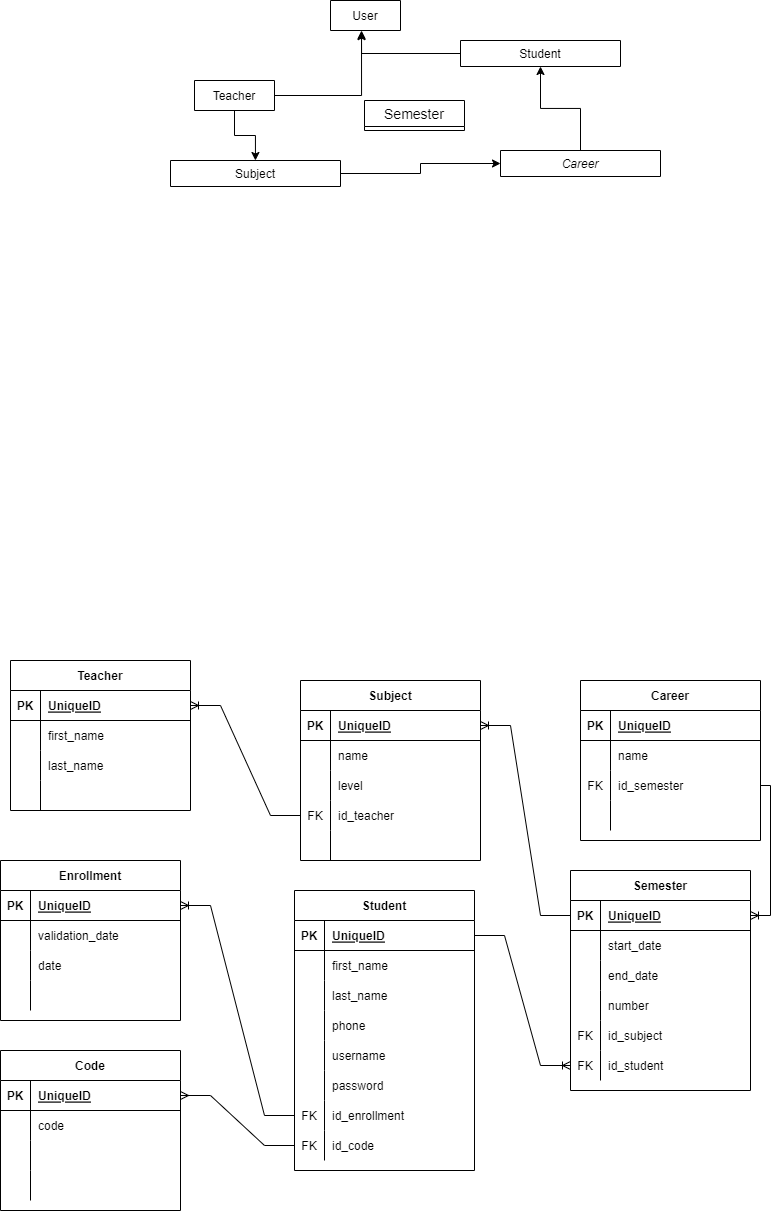
Earlier version of the draw.io export University Diagram.drawio.png (GuilleAlvarado/draw). Source tidied: cells renumbered, new cells last; positions are measured from the earlier drawing's top-left corner, leaving out a move shared by most shapes.
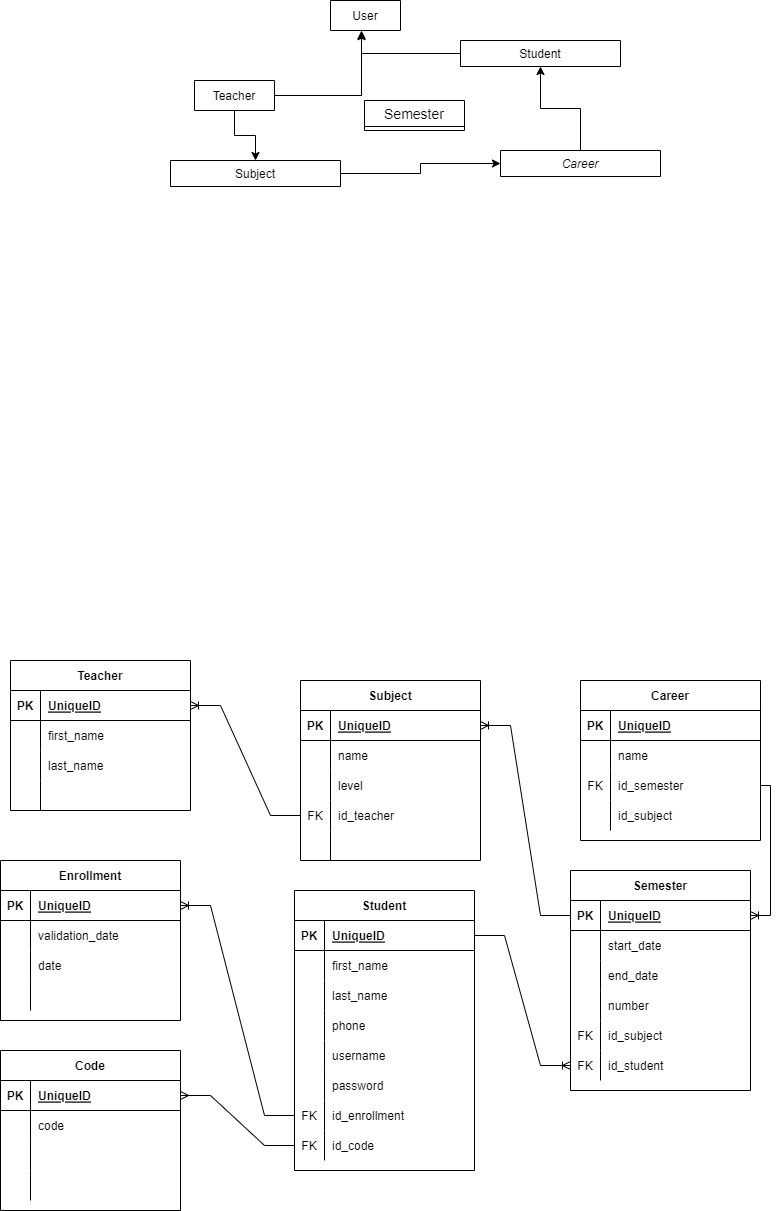
Later version of the same file.

What changed in the source:
```diff
@@ -116,7 +116,7 @@
     <mxCell id="39" style="shape=partialRectangle;fillColor=none;top=0;left=0;bottom=0;right=0;overflow=hidden;" parent="38" vertex="1">
       <mxGeometry width="30" height="30" as="geometry" />
     </mxCell>
-    <mxCell id="40" style="shape=partialRectangle;fillColor=none;top=0;left=0;bottom=0;right=0;align=left;spacingLeft=6;overflow=hidden;" parent="38" vertex="1">
+    <mxCell id="40" value="id_subject" style="shape=partialRectangle;fillColor=none;top=0;left=0;bottom=0;right=0;align=left;spacingLeft=6;overflow=hidden;" parent="38" vertex="1">
       <mxGeometry x="30" width="150" height="30" as="geometry" />
     </mxCell>
     <mxCell id="41" value="Teacher" style="shape=table;startSize=30;rowLines=0;fontStyle=1;align=center;" parent="1" vertex="1">
```
